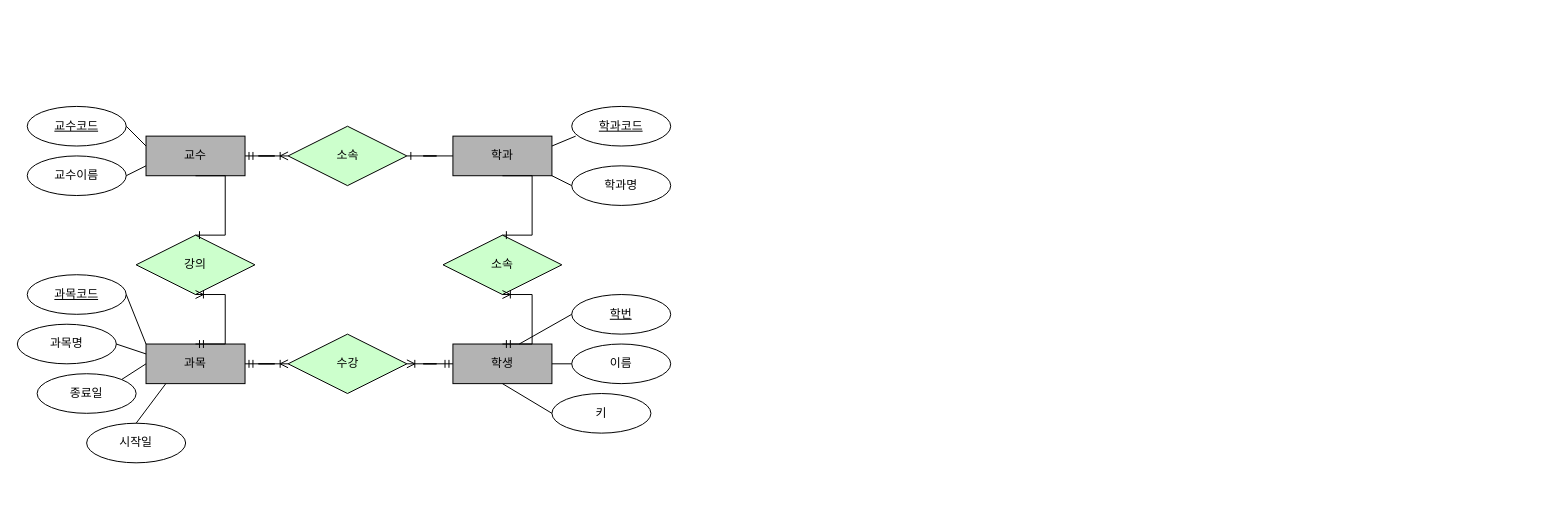
Earlier version of the draw.io diagram manage.drawio (eee88/SMHRD). Source tidied: cells renumbered, new cells numbered last; positions are measured from the earlier drawing's top-left corner, leaving out a move shared by most shapes. Both pictures are drawn from the tidied source at 99%, with x=0, y=0 at pixel (17, 106).
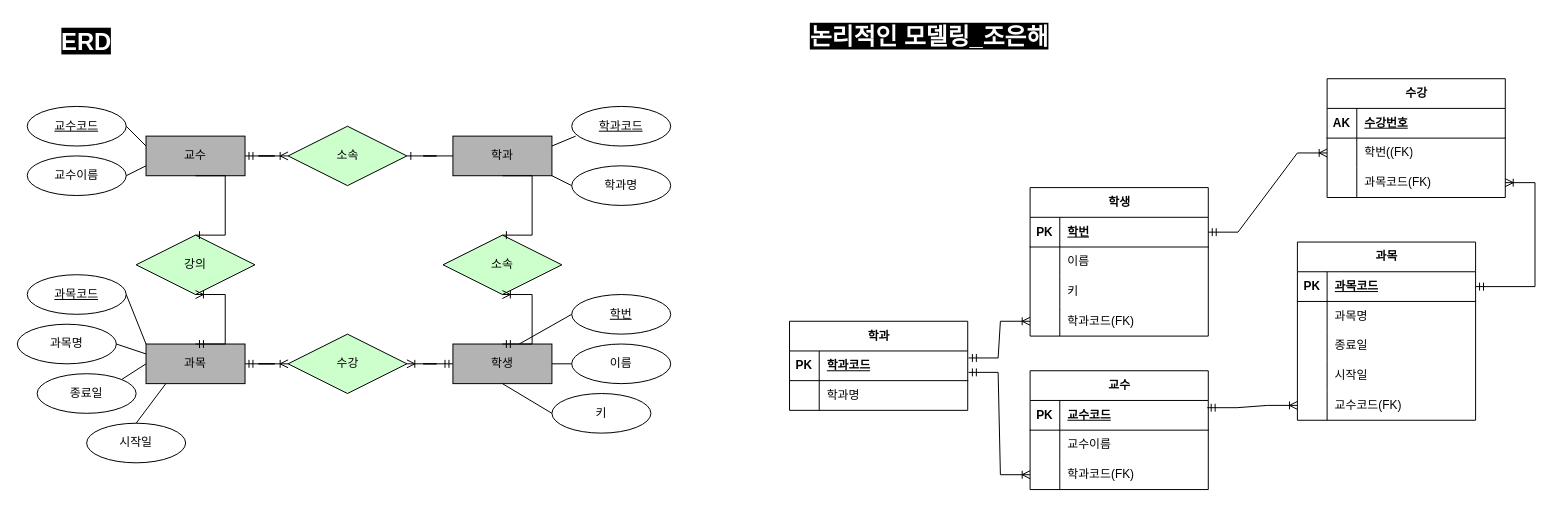
The same page after the edit.

Change to the diagram source:
```diff
@@
+    <mxCell id="40" value="교수" style="shape=table;startSize=30;childLayout=tableLayout;rowLines=0;fontStyle=1;align=center;html=1;" parent="1" vertex="1">
+      <mxGeometry x="1023" y="267" width="180" height="120" as="geometry" />
+    </mxCell>
+    <mxCell id="41" style="shape=tableRow;horizontal=0;startSize=0;swimlaneHead=0;swimlaneBody=0;fillColor=none;points=[[0,0.5],[1,0.5]];portConstraint=eastwest;top=0;left=0;right=0;bottom=1;" parent="40" vertex="1">
+      <mxGeometry y="30" width="180" height="30" as="geometry" />
+    </mxCell>
+    <mxCell id="42" value="PK" style="shape=partialRectangle;fillColor=none;top=0;left=0;bottom=0;right=0;fontStyle=1;overflow=hidden;whiteSpace=wrap;html=1;" parent="41" vertex="1">
+      <mxGeometry width="30" height="30" as="geometry" />
+    </mxCell>
+    <mxCell id="43" value="교수코드" style="shape=partialRectangle;fillColor=none;top=0;left=0;bottom=0;right=0;align=left;spacingLeft=6;fontStyle=5;overflow=hidden;whiteSpace=wrap;html=1;" parent="41" vertex="1">
+      <mxGeometry x="30" width="150" height="30" as="geometry" />
+    </mxCell>
+    <mxCell id="44" style="shape=tableRow;horizontal=0;startSize=0;swimlaneHead=0;swimlaneBody=0;fillColor=none;top=0;left=0;right=0;bottom=0;" parent="40" vertex="1">
+      <mxGeometry y="60" width="180" height="30" as="geometry" />
+    </mxCell>
+    <mxCell id="45" style="shape=partialRectangle;fillColor=none;top=0;left=0;bottom=0;right=0;overflow=hidden;whiteSpace=wrap;html=1;" parent="44" vertex="1">
+      <mxGeometry width="30" height="30" as="geometry" />
+    </mxCell>
+    <mxCell id="46" value="교수이름" style="shape=partialRectangle;fillColor=none;top=0;left=0;bottom=0;right=0;align=left;spacingLeft=6;overflow=hidden;whiteSpace=wrap;html=1;" parent="44" vertex="1">
+      <mxGeometry x="30" width="150" height="30" as="geometry" />
+    </mxCell>
+    <mxCell id="47" style="shape=tableRow;horizontal=0;startSize=0;swimlaneHead=0;swimlaneBody=0;fillColor=none;points=[[0,0.5],[1,0.5]];portConstraint=eastwest;top=0;left=0;right=0;bottom=0;" parent="40" vertex="1">
+      <mxGeometry y="90" width="180" height="30" as="geometry" />
+    </mxCell>
+    <mxCell id="48" style="shape=partialRectangle;fillColor=none;top=0;left=0;bottom=0;right=0;overflow=hidden;whiteSpace=wrap;html=1;" parent="47" vertex="1">
+      <mxGeometry width="30" height="30" as="geometry" />
+    </mxCell>
+    <mxCell id="49" value="학과코드(FK)" style="shape=partialRectangle;fillColor=none;top=0;left=0;bottom=0;right=0;align=left;spacingLeft=6;overflow=hidden;whiteSpace=wrap;html=1;" parent="47" vertex="1">
+      <mxGeometry x="30" width="150" height="30" as="geometry" />
+    </mxCell>
+    <mxCell id="50" value="과목" style="shape=table;startSize=30;childLayout=tableLayout;rowLines=0;fontStyle=1;align=center;html=1;" parent="1" vertex="1">
+      <mxGeometry x="1293" y="137" width="180" height="180" as="geometry" />
+    </mxCell>
+    <mxCell id="51" style="shape=tableRow;horizontal=0;startSize=0;swimlaneHead=0;swimlaneBody=0;fillColor=none;points=[[0,0.5],[1,0.5]];portConstraint=eastwest;top=0;left=0;right=0;bottom=1;" parent="50" vertex="1">
+      <mxGeometry y="30" width="180" height="30" as="geometry" />
+    </mxCell>
+    <mxCell id="52" value="PK" style="shape=partialRectangle;fillColor=none;top=0;left=0;bottom=0;right=0;fontStyle=1;overflow=hidden;whiteSpace=wrap;html=1;" parent="51" vertex="1">
+      <mxGeometry width="30" height="30" as="geometry" />
+    </mxCell>
+    <mxCell id="53" value="과목코드" style="shape=partialRectangle;fillColor=none;top=0;left=0;bottom=0;right=0;align=left;spacingLeft=6;fontStyle=5;overflow=hidden;whiteSpace=wrap;html=1;" parent="51" vertex="1">
+      <mxGeometry x="30" width="150" height="30" as="geometry" />
+    </mxCell>
+    <mxCell id="54" style="shape=tableRow;horizontal=0;startSize=0;swimlaneHead=0;swimlaneBody=0;fillColor=none;top=0;left=0;right=0;bottom=0;" parent="50" vertex="1">
+      <mxGeometry y="60" width="180" height="30" as="geometry" />
+    </mxCell>
+    <mxCell id="55" style="shape=partialRectangle;fillColor=none;top=0;left=0;bottom=0;right=0;overflow=hidden;whiteSpace=wrap;html=1;" parent="54" vertex="1">
+      <mxGeometry width="30" height="30" as="geometry" />
+    </mxCell>
+    <mxCell id="56" value="과목명" style="shape=partialRectangle;fillColor=none;top=0;left=0;bottom=0;right=0;align=left;spacingLeft=6;overflow=hidden;whiteSpace=wrap;html=1;" parent="54" vertex="1">
+      <mxGeometry x="30" width="150" height="30" as="geometry" />
+    </mxCell>
+    <mxCell id="57" style="shape=tableRow;horizontal=0;startSize=0;swimlaneHead=0;swimlaneBody=0;fillColor=none;top=0;left=0;right=0;bottom=0;" parent="50" vertex="1">
+      <mxGeometry y="90" width="180" height="30" as="geometry" />
+    </mxCell>
+    <mxCell id="58" style="shape=partialRectangle;fillColor=none;top=0;left=0;bottom=0;right=0;overflow=hidden;whiteSpace=wrap;html=1;" parent="57" vertex="1">
+      <mxGeometry width="30" height="30" as="geometry" />
+    </mxCell>
+    <mxCell id="59" value="종료일" style="shape=partialRectangle;fillColor=none;top=0;left=0;bottom=0;right=0;align=left;spacingLeft=6;overflow=hidden;whiteSpace=wrap;html=1;" parent="57" vertex="1">
+      <mxGeometry x="30" width="150" height="30" as="geometry" />
+    </mxCell>
+    <mxCell id="60" style="shape=tableRow;horizontal=0;startSize=0;swimlaneHead=0;swimlaneBody=0;fillColor=none;top=0;left=0;right=0;bottom=0;" parent="50" vertex="1">
+      <mxGeometry y="120" width="180" height="30" as="geometry" />
+    </mxCell>
+    <mxCell id="61" style="shape=partialRectangle;fillColor=none;top=0;left=0;bottom=0;right=0;overflow=hidden;whiteSpace=wrap;html=1;" parent="60" vertex="1">
+      <mxGeometry width="30" height="30" as="geometry" />
+    </mxCell>
+    <mxCell id="62" value="시작일" style="shape=partialRectangle;fillColor=none;top=0;left=0;bottom=0;right=0;align=left;spacingLeft=6;overflow=hidden;whiteSpace=wrap;html=1;" parent="60" vertex="1">
+      <mxGeometry x="30" width="150" height="30" as="geometry" />
+    </mxCell>
+    <mxCell id="63" style="shape=tableRow;horizontal=0;startSize=0;swimlaneHead=0;swimlaneBody=0;fillColor=none;points=[[0,0.5],[1,0.5]];portConstraint=eastwest;top=0;left=0;right=0;bottom=0;" parent="50" vertex="1">
+      <mxGeometry y="150" width="180" height="30" as="geometry" />
+    </mxCell>
+    <mxCell id="64" style="shape=partialRectangle;fillColor=none;top=0;left=0;bottom=0;right=0;overflow=hidden;whiteSpace=wrap;html=1;" parent="63" vertex="1">
+      <mxGeometry width="30" height="30" as="geometry" />
+    </mxCell>
+    <mxCell id="65" value="교수코드(FK)" style="shape=partialRectangle;fillColor=none;top=0;left=0;bottom=0;right=0;align=left;spacingLeft=6;overflow=hidden;whiteSpace=wrap;html=1;" parent="63" vertex="1">
+      <mxGeometry x="30" width="150" height="30" as="geometry" />
+    </mxCell>
+    <mxCell id="66" value="학과" style="shape=table;startSize=30;childLayout=tableLayout;rowLines=0;fontStyle=1;align=center;html=1;" parent="1" vertex="1">
+      <mxGeometry x="780" y="217" width="180" height="90" as="geometry" />
+    </mxCell>
+    <mxCell id="67" style="shape=tableRow;horizontal=0;startSize=0;swimlaneHead=0;swimlaneBody=0;fillColor=none;points=[[0,0.5],[1,0.5]];portConstraint=eastwest;top=0;left=0;right=0;bottom=1;" parent="66" vertex="1">
+      <mxGeometry y="30" width="180" height="30" as="geometry" />
+    </mxCell>
+    <mxCell id="68" value="PK" style="shape=partialRectangle;fillColor=none;top=0;left=0;bottom=0;right=0;fontStyle=1;overflow=hidden;whiteSpace=wrap;html=1;" parent="67" vertex="1">
+      <mxGeometry width="30" height="30" as="geometry" />
+    </mxCell>
+    <mxCell id="69" value="학과코드" style="shape=partialRectangle;fillColor=none;top=0;left=0;bottom=0;right=0;align=left;spacingLeft=6;fontStyle=5;overflow=hidden;whiteSpace=wrap;html=1;" parent="67" vertex="1">
+      <mxGeometry x="30" width="150" height="30" as="geometry" />
+    </mxCell>
+    <mxCell id="70" style="shape=tableRow;horizontal=0;startSize=0;swimlaneHead=0;swimlaneBody=0;fillColor=none;top=0;left=0;right=0;bottom=0;" parent="66" vertex="1">
+      <mxGeometry y="60" width="180" height="30" as="geometry" />
+    </mxCell>
+    <mxCell id="71" style="shape=partialRectangle;fillColor=none;top=0;left=0;bottom=0;right=0;overflow=hidden;whiteSpace=wrap;html=1;" parent="70" vertex="1">
+      <mxGeometry width="30" height="30" as="geometry" />
+    </mxCell>
+    <mxCell id="72" value="학과명" style="shape=partialRectangle;fillColor=none;top=0;left=0;bottom=0;right=0;align=left;spacingLeft=6;overflow=hidden;whiteSpace=wrap;html=1;" parent="70" vertex="1">
+      <mxGeometry x="30" width="150" height="30" as="geometry" />
+    </mxCell>
+    <mxCell id="73" value="수강" style="shape=table;startSize=30;childLayout=tableLayout;rowLines=0;fontStyle=1;align=center;html=1;" parent="1" vertex="1">
+      <mxGeometry x="1323" y="-28" width="180" height="120" as="geometry" />
+    </mxCell>
+    <mxCell id="74" style="shape=tableRow;horizontal=0;startSize=0;swimlaneHead=0;swimlaneBody=0;fillColor=none;top=0;left=0;right=0;bottom=1;" parent="73" vertex="1">
+      <mxGeometry y="30" width="180" height="30" as="geometry" />
+    </mxCell>
+    <mxCell id="75" value="AK" style="shape=partialRectangle;fillColor=none;top=0;left=0;bottom=0;right=0;fontStyle=1;overflow=hidden;whiteSpace=wrap;html=1;" parent="74" vertex="1">
+      <mxGeometry width="30" height="30" as="geometry" />
+    </mxCell>
+    <mxCell id="76" value="수강번호" style="shape=partialRectangle;fillColor=none;top=0;left=0;bottom=0;right=0;align=left;spacingLeft=6;fontStyle=5;overflow=hidden;whiteSpace=wrap;html=1;" parent="74" vertex="1">
+      <mxGeometry x="30" width="150" height="30" as="geometry" />
+    </mxCell>
+    <mxCell id="77" style="shape=tableRow;horizontal=0;startSize=0;swimlaneHead=0;swimlaneBody=0;fillColor=none;points=[[0,0.5],[1,0.5]];portConstraint=eastwest;top=0;left=0;right=0;bottom=0;" parent="73" vertex="1">
+      <mxGeometry y="60" width="180" height="30" as="geometry" />
+    </mxCell>
+    <mxCell id="78" style="shape=partialRectangle;fillColor=none;top=0;left=0;bottom=0;right=0;overflow=hidden;whiteSpace=wrap;html=1;" parent="77" vertex="1">
+      <mxGeometry width="30" height="30" as="geometry" />
+    </mxCell>
+    <mxCell id="79" value="학번((FK)" style="shape=partialRectangle;fillColor=none;top=0;left=0;bottom=0;right=0;align=left;spacingLeft=6;overflow=hidden;whiteSpace=wrap;html=1;" parent="77" vertex="1">
+      <mxGeometry x="30" width="150" height="30" as="geometry" />
+    </mxCell>
+    <mxCell id="80" style="shape=tableRow;horizontal=0;startSize=0;swimlaneHead=0;swimlaneBody=0;fillColor=none;points=[[0,0.5],[1,0.5]];portConstraint=eastwest;top=0;left=0;right=0;bottom=0;" parent="73" vertex="1">
+      <mxGeometry y="90" width="180" height="30" as="geometry" />
+    </mxCell>
+    <mxCell id="81" style="shape=partialRectangle;fillColor=none;top=0;left=0;bottom=0;right=0;overflow=hidden;whiteSpace=wrap;html=1;" parent="80" vertex="1">
+      <mxGeometry width="30" height="30" as="geometry" />
+    </mxCell>
+    <mxCell id="82" value="과목코드(FK)" style="shape=partialRectangle;fillColor=none;top=0;left=0;bottom=0;right=0;align=left;spacingLeft=6;overflow=hidden;whiteSpace=wrap;html=1;" parent="80" vertex="1">
+      <mxGeometry x="30" width="150" height="30" as="geometry" />
+    </mxCell>
+    <mxCell id="83" value="학생" style="shape=table;startSize=30;childLayout=tableLayout;rowLines=0;fontStyle=1;align=center;html=1;" parent="1" vertex="1">
+      <mxGeometry x="1023" y="82" width="180" height="150" as="geometry" />
+    </mxCell>
+    <mxCell id="84" style="shape=tableRow;horizontal=0;startSize=0;swimlaneHead=0;swimlaneBody=0;fillColor=none;points=[[0,0.5],[1,0.5]];portConstraint=eastwest;top=0;left=0;right=0;bottom=1;" parent="83" vertex="1">
+      <mxGeometry y="30" width="180" height="30" as="geometry" />
+    </mxCell>
+    <mxCell id="85" value="PK" style="shape=partialRectangle;fillColor=none;top=0;left=0;bottom=0;right=0;fontStyle=1;overflow=hidden;whiteSpace=wrap;html=1;" parent="84" vertex="1">
+      <mxGeometry width="30" height="30" as="geometry" />
+    </mxCell>
+    <mxCell id="86" value="학번" style="shape=partialRectangle;fillColor=none;top=0;left=0;bottom=0;right=0;align=left;spacingLeft=6;fontStyle=5;overflow=hidden;whiteSpace=wrap;html=1;" parent="84" vertex="1">
+      <mxGeometry x="30" width="150" height="30" as="geometry" />
+    </mxCell>
+    <mxCell id="87" style="shape=tableRow;horizontal=0;startSize=0;swimlaneHead=0;swimlaneBody=0;fillColor=none;top=0;left=0;right=0;bottom=0;" parent="83" vertex="1">
+      <mxGeometry y="60" width="180" height="30" as="geometry" />
+    </mxCell>
+    <mxCell id="88" style="shape=partialRectangle;fillColor=none;top=0;left=0;bottom=0;right=0;overflow=hidden;whiteSpace=wrap;html=1;" parent="87" vertex="1">
+      <mxGeometry width="30" height="30" as="geometry" />
+    </mxCell>
+    <mxCell id="89" value="이름" style="shape=partialRectangle;fillColor=none;top=0;left=0;bottom=0;right=0;align=left;spacingLeft=6;overflow=hidden;whiteSpace=wrap;html=1;" parent="87" vertex="1">
+      <mxGeometry x="30" width="150" height="30" as="geometry" />
+    </mxCell>
+    <mxCell id="90" style="shape=tableRow;horizontal=0;startSize=0;swimlaneHead=0;swimlaneBody=0;fillColor=none;top=0;left=0;right=0;bottom=0;" parent="83" vertex="1">
+      <mxGeometry y="90" width="180" height="30" as="geometry" />
+    </mxCell>
+    <mxCell id="91" style="shape=partialRectangle;fillColor=none;top=0;left=0;bottom=0;right=0;overflow=hidden;whiteSpace=wrap;html=1;" parent="90" vertex="1">
+      <mxGeometry width="30" height="30" as="geometry" />
+    </mxCell>
+    <mxCell id="92" value="키" style="shape=partialRectangle;fillColor=none;top=0;left=0;bottom=0;right=0;align=left;spacingLeft=6;overflow=hidden;whiteSpace=wrap;html=1;" parent="90" vertex="1">
+      <mxGeometry x="30" width="150" height="30" as="geometry" />
+    </mxCell>
+    <mxCell id="93" style="shape=tableRow;horizontal=0;startSize=0;swimlaneHead=0;swimlaneBody=0;fillColor=none;points=[[0,0.5],[1,0.5]];portConstraint=eastwest;top=0;left=0;right=0;bottom=0;" parent="83" vertex="1">
+      <mxGeometry y="120" width="180" height="30" as="geometry" />
+    </mxCell>
+    <mxCell id="94" style="shape=partialRectangle;fillColor=none;top=0;left=0;bottom=0;right=0;overflow=hidden;whiteSpace=wrap;html=1;" parent="93" vertex="1">
+      <mxGeometry width="30" height="30" as="geometry" />
+    </mxCell>
+    <mxCell id="95" value="학과코드(FK)" style="shape=partialRectangle;fillColor=none;top=0;left=0;bottom=0;right=0;align=left;spacingLeft=6;overflow=hidden;whiteSpace=wrap;html=1;" parent="93" vertex="1">
+      <mxGeometry x="30" width="150" height="30" as="geometry" />
+    </mxCell>
+    <mxCell id="96" style="edgeStyle=entityRelationEdgeStyle;fontSize=12;html=1;endArrow=ERoneToMany;startArrow=ERmandOne;rounded=0;exitX=1.004;exitY=0.236;exitDx=0;exitDy=0;entryX=0;entryY=0.5;entryDx=0;entryDy=0;exitPerimeter=0;" parent="1" edge="1" source="67" target="93">
+      <mxGeometry relative="1" as="geometry" />
+    </mxCell>
+    <mxCell id="97" style="edgeStyle=entityRelationEdgeStyle;fontSize=12;html=1;endArrow=ERoneToMany;startArrow=ERmandOne;rounded=0;entryX=0;entryY=0.5;entryDx=0;entryDy=0;exitX=1.004;exitY=0.721;exitDx=0;exitDy=0;exitPerimeter=0;" parent="1" edge="1" source="67" target="47">
+      <mxGeometry relative="1" as="geometry">
+        <Array as="points">
+          <mxPoint x="863" y="282" />
+        </Array>
+      </mxGeometry>
+    </mxCell>
+    <mxCell id="98" style="edgeStyle=entityRelationEdgeStyle;fontSize=12;html=1;endArrow=ERoneToMany;startArrow=ERmandOne;rounded=0;entryX=0;entryY=0.5;entryDx=0;entryDy=0;exitX=1;exitY=0.5;exitDx=0;exitDy=0;" parent="1" edge="1" source="84" target="77">
+      <mxGeometry relative="1" as="geometry" />
+    </mxCell>
+    <mxCell id="99" style="edgeStyle=entityRelationEdgeStyle;fontSize=12;html=1;endArrow=ERoneToMany;startArrow=ERmandOne;rounded=0;exitX=0.994;exitY=0.244;exitDx=0;exitDy=0;exitPerimeter=0;entryX=0;entryY=0.5;entryDx=0;entryDy=0;" parent="1" edge="1" source="41" target="63">
+      <mxGeometry relative="1" as="geometry" />
+    </mxCell>
+    <mxCell id="100" style="edgeStyle=entityRelationEdgeStyle;fontSize=12;html=1;endArrow=ERoneToMany;startArrow=ERmandOne;rounded=0;exitX=1;exitY=0.5;exitDx=0;exitDy=0;exitPerimeter=0;" parent="1" edge="1" source="51" target="80">
+      <mxGeometry relative="1" as="geometry" />
+    </mxCell>
+    <mxCell id="101" value="&lt;b&gt;&lt;font color=&quot;#ffffff&quot; style=&quot;font-size: 24px; background-color: rgb(0, 0, 0);&quot;&gt;논리적인 모델링_조은해&lt;/font&gt;&lt;/b&gt;" style="text;html=1;align=center;verticalAlign=middle;strokeColor=none;fillColor=none;" parent="1" vertex="1">
+      <mxGeometry x="781" y="-90" width="280" height="40" as="geometry" />
+    </mxCell>
+    <mxCell id="102" value="&lt;font color=&quot;#ffffff&quot; style=&quot;font-size: 24px;&quot;&gt;&lt;b style=&quot;background-color: rgb(0, 0, 0);&quot;&gt;ERD&lt;/b&gt;&lt;/font&gt;" style="text;strokeColor=none;align=center;fillColor=none;html=1;verticalAlign=middle;whiteSpace=wrap;rounded=0;" parent="1" vertex="1">
+      <mxGeometry x="40" y="-80" width="60" height="30" as="geometry" />
+    </mxCell>
```
